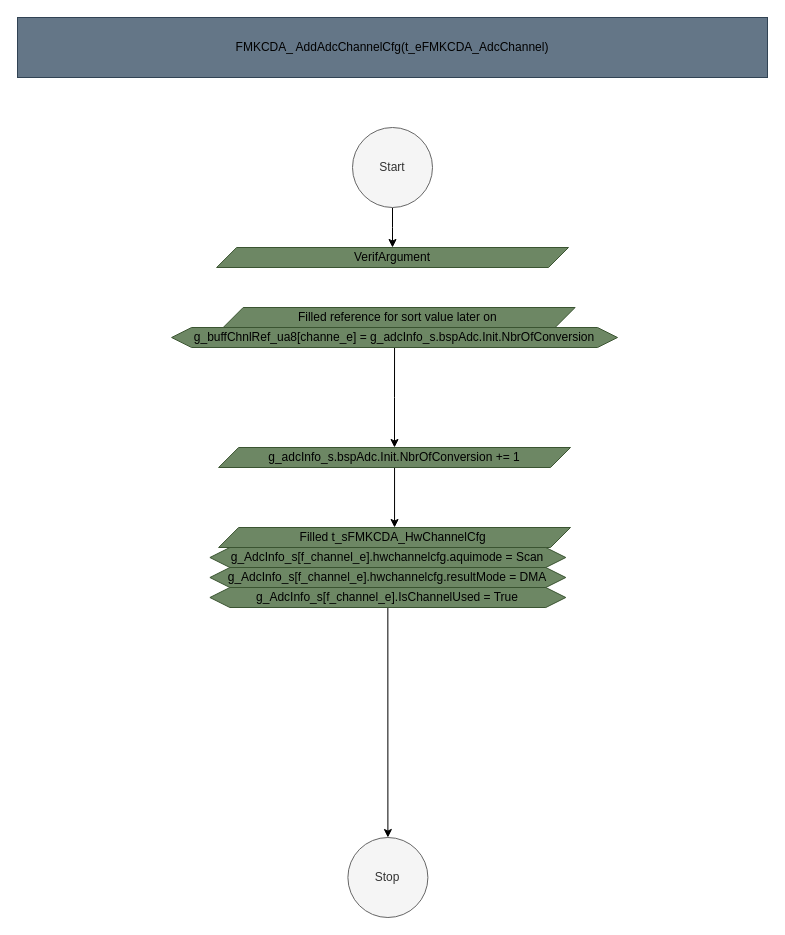
The draw.io diagram page "Func_AddAdcChannelCfg" (5 of 9) of src/1_FMK/FMK_HAL/FMK_CDA/Doc/FMK_CDA.drawio in mbarbeau0545/Stm32PrjTpl, before the edit. Source tidied: cells renumbered, new cells numbered last; positions are measured from the earlier drawing's top-left corner, leaving out a move shared by most shapes. Both pictures are drawn from the tidied source at 100%, with x=0, y=0 at pixel (17, 17).
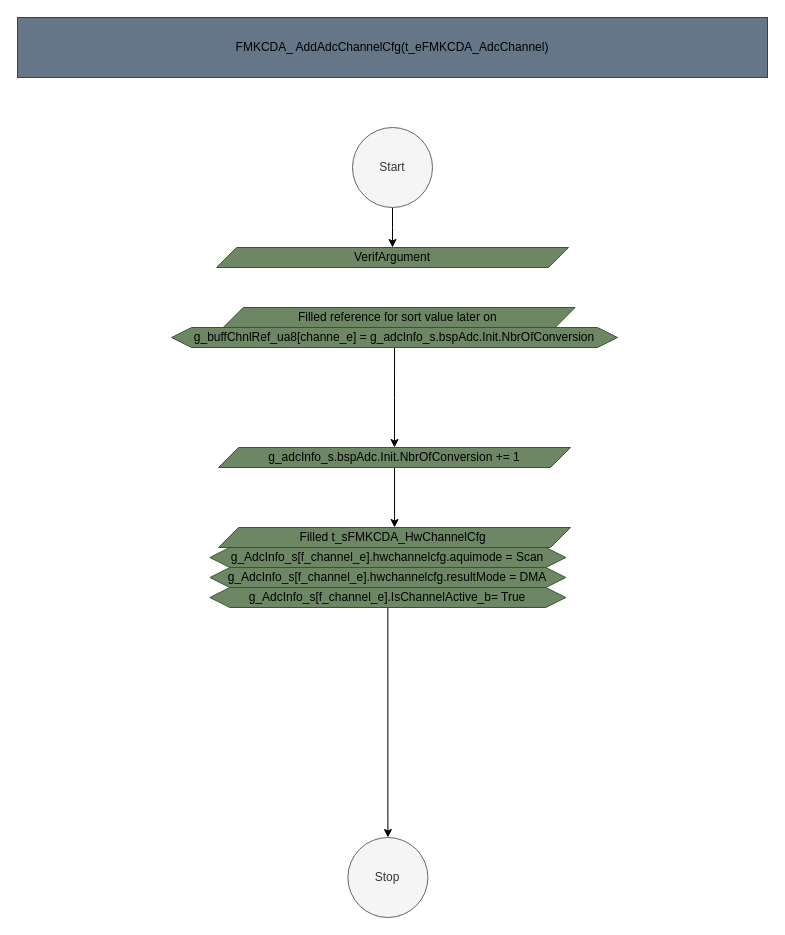
After the change.

The edit, as a diff of the source:
```diff
@@
 <mxGraphModel>
   <root>
     <mxCell id="0" />
     <mxCell id="1" parent="0" />
     <mxCell id="2" value="&lt;div style=&quot;color: rgb(0, 0, 0); text-align: left;&quot;&gt;&lt;span style=&quot;background-color: initial;&quot;&gt;FMK&lt;span style=&quot;text-wrap: nowrap;&quot;&gt;CDA_ AddAdcChannelCfg(t_eFMKCDA_AdcChannel&lt;/span&gt;&lt;/span&gt;&lt;span style=&quot;text-wrap: nowrap; background-color: initial;&quot;&gt;)&lt;/span&gt;&lt;br&gt;&lt;/div&gt;" style="rounded=0;whiteSpace=wrap;html=1;fillColor=#647687;fontColor=#ffffff;strokeColor=#314354;" parent="1" vertex="1">
       <mxGeometry width="750" height="60" as="geometry" />
     </mxCell>
     <mxCell id="3" style="edgeStyle=orthogonalEdgeStyle;rounded=0;jettySize=auto;html=1;exitX=0.5;exitY=1;exitDx=0;exitDy=0;" parent="1" edge="1" source="4" target="6">
       <mxGeometry relative="1" as="geometry" />
     </mxCell>
     <mxCell id="4" value="Start" style="ellipse;whiteSpace=wrap;html=1;fillColor=#f5f5f5;fontColor=#333333;strokeColor=#666666;" parent="1" vertex="1">
       <mxGeometry x="335" y="110" width="80" height="80" as="geometry" />
     </mxCell>
     <mxCell id="5" value="Stop" style="ellipse;whiteSpace=wrap;html=1;fillColor=#f5f5f5;fontColor=#333333;strokeColor=#666666;" parent="1" vertex="1">
       <mxGeometry x="330.4" y="820" width="80" height="80" as="geometry" />
     </mxCell>
     <mxCell id="6" value="VerifArgument" style="shape=parallelogram;perimeter=parallelogramPerimeter;whiteSpace=wrap;html=1;fixedSize=1;fillColor=#6d8764;fontColor=#000000;strokeColor=#3A5431;" parent="1" vertex="1">
       <mxGeometry x="199.1" y="230" width="351.9" height="20" as="geometry" />
     </mxCell>
     <mxCell id="7" style="edgeStyle=orthogonalEdgeStyle;rounded=0;jettySize=auto;html=1;exitX=0.5;exitY=1;exitDx=0;exitDy=0;entryX=0.5;entryY=0;entryDx=0;entryDy=0;" parent="1" edge="1" source="8" target="9">
       <mxGeometry relative="1" as="geometry" />
     </mxCell>
     <mxCell id="8" value="g_adcInfo_s.bspAdc.Init.NbrOfConversion += 1" style="shape=parallelogram;perimeter=parallelogramPerimeter;whiteSpace=wrap;html=1;fixedSize=1;fillColor=#6d8764;fontColor=#000000;strokeColor=#3A5431;" parent="1" vertex="1">
       <mxGeometry x="201.1" y="430" width="351.9" height="20" as="geometry" />
     </mxCell>
     <mxCell id="9" value="Filled&amp;nbsp;&lt;span style=&quot;text-align: left; text-wrap: nowrap;&quot;&gt;t_sFMKCDA_HwChannelCfg&lt;font size=&quot;1&quot;&gt;&amp;nbsp;&lt;/font&gt;&lt;/span&gt;" style="shape=parallelogram;perimeter=parallelogramPerimeter;whiteSpace=wrap;html=1;fixedSize=1;fillColor=#6d8764;fontColor=#000000;strokeColor=#3A5431;" parent="1" vertex="1">
       <mxGeometry x="201.1" y="510" width="351.9" height="20" as="geometry" />
     </mxCell>
     <mxCell id="10" value="g_AdcInfo_s[f_channel_e].hwchannelcfg.aquimode = Scan" style="shape=hexagon;perimeter=hexagonPerimeter2;whiteSpace=wrap;html=1;fixedSize=1;fillColor=#6d8764;strokeColor=#3A5431;fontColor=#000000;" parent="1" vertex="1">
       <mxGeometry x="192.4" y="530" width="355.9" height="20" as="geometry" />
     </mxCell>
     <mxCell id="11" value="g_AdcInfo_s[f_channel_e].hwchannelcfg.resultMode = DMA" style="shape=hexagon;perimeter=hexagonPerimeter2;whiteSpace=wrap;html=1;fixedSize=1;fillColor=#6d8764;strokeColor=#3A5431;fontColor=#000000;" parent="1" vertex="1">
       <mxGeometry x="192.4" y="550" width="355.9" height="20" as="geometry" />
     </mxCell>
     <mxCell id="12" style="edgeStyle=orthogonalEdgeStyle;rounded=0;jettySize=auto;html=1;exitX=0.5;exitY=1;exitDx=0;exitDy=0;" parent="1" edge="1" source="13" target="5">
       <mxGeometry relative="1" as="geometry" />
     </mxCell>
-    <mxCell id="13" value="g_AdcInfo_s[f_channel_e].IsChannelUsed = True" style="shape=hexagon;perimeter=hexagonPerimeter2;whiteSpace=wrap;html=1;fixedSize=1;fillColor=#6d8764;strokeColor=#3A5431;fontColor=#000000;" parent="1" vertex="1">
+    <mxCell id="13" value="g_AdcInfo_s[f_channel_e].&lt;span style=&quot;text-align: left;&quot;&gt;IsChannelActive_b&lt;/span&gt;= True" style="shape=hexagon;perimeter=hexagonPerimeter2;whiteSpace=wrap;html=1;fixedSize=1;fillColor=#6d8764;strokeColor=#3A5431;fontColor=#000000;" parent="1" vertex="1">
       <mxGeometry x="192.4" y="570" width="355.9" height="20" as="geometry" />
     </mxCell>
     <mxCell id="14" value="&lt;div style=&quot;text-align: left;&quot;&gt;&lt;span style=&quot;background-color: initial;&quot;&gt;Filled &lt;span style=&quot;text-wrap: nowrap;&quot;&gt;reference for sort value later on&amp;nbsp;&lt;/span&gt;&lt;/span&gt;&lt;/div&gt;" style="shape=parallelogram;perimeter=parallelogramPerimeter;whiteSpace=wrap;html=1;fixedSize=1;fillColor=#6d8764;fontColor=#000000;strokeColor=#3A5431;" parent="1" vertex="1">
       <mxGeometry x="205.7" y="290" width="351.9" height="20" as="geometry" />
     </mxCell>
     <mxCell id="15" style="edgeStyle=orthogonalEdgeStyle;rounded=0;jettySize=auto;html=1;exitX=0.5;exitY=1;exitDx=0;exitDy=0;" parent="1" edge="1" source="16" target="8">
       <mxGeometry relative="1" as="geometry" />
     </mxCell>
     <mxCell id="16" value="&lt;span style=&quot;text-align: left; text-wrap: nowrap;&quot;&gt;g_buffChnlRef_ua8[channe_e] =&amp;nbsp;&lt;/span&gt;g_adcInfo_s.bspAdc.Init.NbrOfConversion" style="shape=hexagon;perimeter=hexagonPerimeter2;whiteSpace=wrap;html=1;fixedSize=1;fillColor=#6d8764;strokeColor=#3A5431;fontColor=#000000;" parent="1" vertex="1">
       <mxGeometry x="154.1" y="310" width="445.9" height="20" as="geometry" />
     </mxCell>
   </root>
 </mxGraphModel>
```
